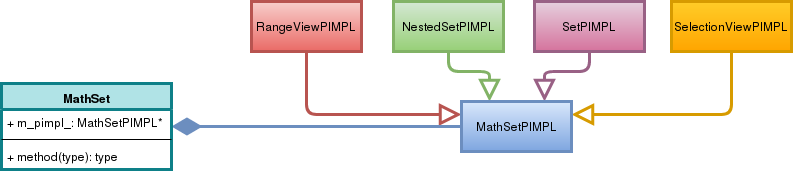
Before: docs/source/developer/uml/math_set_classes.png, a diagram exported from draw.io (NWChemEx-Project/Utilities). Source tidied: cells renumbered, new cells last; positions are measured from the earlier drawing's top-left corner, leaving out a move shared by most shapes.
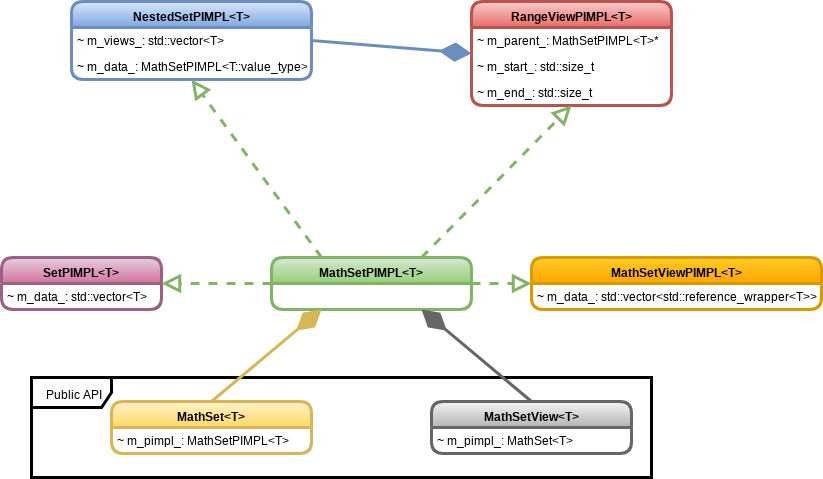
After the commit.

Diff of the diagram source:
```diff
@@ -1,48 +1,78 @@
 <mxGraphModel>
   <root>
-    <mxCell id="0" />
-    <mxCell id="1" parent="0" />
-    <mxCell id="2" style="edgeStyle=orthogonalEdgeStyle;jettySize=auto;html=1;exitX=0;exitY=0.25;exitDx=0;exitDy=0;entryX=0.5;entryY=1;entryDx=0;entryDy=0;startArrow=block;startFill=0;endArrow=none;endFill=0;strokeWidth=3;gradientColor=#ea6b66;fillColor=#f8cecc;strokeColor=#b85450;endSize=14;startSize=15;" parent="1" edge="1" source="7" target="10">
-      <mxGeometry relative="1" as="geometry" />
-    </mxCell>
-    <mxCell id="3" style="edgeStyle=orthogonalEdgeStyle;jettySize=auto;html=1;exitX=0.25;exitY=0;exitDx=0;exitDy=0;entryX=0.5;entryY=1;entryDx=0;entryDy=0;startArrow=block;startFill=0;endArrow=none;endFill=0;strokeWidth=3;gradientColor=#97d077;fillColor=#d5e8d4;strokeColor=#82b366;startSize=15;" parent="1" edge="1" source="7" target="9">
-      <mxGeometry relative="1" as="geometry" />
-    </mxCell>
-    <mxCell id="4" style="edgeStyle=orthogonalEdgeStyle;jettySize=auto;html=1;exitX=0.75;exitY=0;exitDx=0;exitDy=0;entryX=0.5;entryY=1;entryDx=0;entryDy=0;startArrow=block;startFill=0;endArrow=none;endFill=0;strokeWidth=3;gradientColor=#d5739d;fillColor=#e6d0de;strokeColor=#996185;startSize=15;" parent="1" edge="1" source="7" target="8">
-      <mxGeometry relative="1" as="geometry" />
-    </mxCell>
-    <mxCell id="5" style="edgeStyle=orthogonalEdgeStyle;jettySize=auto;html=1;exitX=1;exitY=0.25;exitDx=0;exitDy=0;entryX=0.5;entryY=1;entryDx=0;entryDy=0;startArrow=block;startFill=0;endArrow=none;endFill=0;strokeWidth=3;gradientColor=#ffa500;fillColor=#ffcd28;strokeColor=#d79b00;startSize=15;" parent="1" edge="1" source="7" target="11">
-      <mxGeometry relative="1" as="geometry" />
-    </mxCell>
-    <mxCell id="6" style="edgeStyle=orthogonalEdgeStyle;jettySize=auto;html=1;exitX=0;exitY=0.5;exitDx=0;exitDy=0;entryX=1;entryY=0.5;entryDx=0;entryDy=0;startArrow=none;startFill=0;endArrow=diamondThin;endFill=1;strokeWidth=3;gradientColor=#7ea6e0;fillColor=#dae8fc;strokeColor=#6c8ebf;endSize=22;" parent="1" edge="1" source="7" target="12">
-      <mxGeometry relative="1" as="geometry" />
-    </mxCell>
+    <mxCell id="16" />
+    <mxCell id="17" parent="16" />
+    <mxCell id="18" value="Public API" style="shape=umlFrame;whiteSpace=wrap;html=1;rounded=1;comic=0;strokeWidth=3;width=80;height=30;" parent="17" vertex="1">
+      <mxGeometry y="396" width="620" height="100" as="geometry" />
+    </mxCell>
+    <mxCell id="12" value="MathSet&lt;T&gt;" style="swimlane;fontStyle=1;align=center;verticalAlign=top;horizontal=1;startSize=26;gradientColor=#ffd966;fillColor=#fff2cc;strokeColor=#d6b656;comic=0;rounded=1;strokeWidth=3;" parent="17" vertex="1">
+      <mxGeometry x="80" y="420" width="200" height="52" as="geometry" />
+    </mxCell>
+    <mxCell id="19" value="~ m_pimpl_: MathSetPIMPL&lt;T&gt;" style="text;strokeColor=none;fillColor=none;align=left;verticalAlign=top;spacingLeft=4;spacingRight=4;overflow=hidden;" parent="12" vertex="1">
+      <mxGeometry y="26" width="200" height="26" as="geometry" />
+    </mxCell>
-    <mxCell id="7" value="MathSetPIMPL" style="html=1;strokeWidth=3;gradientColor=#7ea6e0;fillColor=#dae8fc;strokeColor=#6c8ebf;" parent="1" vertex="1">
-      <mxGeometry x="460" y="100" width="110" height="50" as="geometry" />
+    <mxCell id="7" value="MathSetPIMPL&lt;T&gt;" style="swimlane;fontStyle=1;align=center;verticalAlign=top;horizontal=1;startSize=26;gradientColor=#97d077;fillColor=#d5e8d4;strokeColor=#82b366;strokeWidth=3;rounded=1;" parent="17" vertex="1">
+      <mxGeometry x="240" y="276" width="200" height="52" as="geometry" />
     </mxCell>
-    <mxCell id="8" value="SetPIMPL" style="html=1;strokeWidth=3;gradientColor=#d5739d;fillColor=#e6d0de;strokeColor=#996185;" parent="1" vertex="1">
-      <mxGeometry x="533" width="110" height="50" as="geometry" />
+    <mxCell id="8" value="SetPIMPL&lt;T&gt;" style="swimlane;fontStyle=1;align=center;verticalAlign=top;horizontal=1;startSize=26;gradientColor=#d5739d;fillColor=#e6d0de;strokeColor=#996185;rounded=1;strokeWidth=3;" parent="17" vertex="1">
+      <mxGeometry x="-30" y="276" width="160" height="52" as="geometry" />
     </mxCell>
+    <mxCell id="20" value="~ m_data_: std::vector&lt;T&gt;" style="text;strokeColor=none;fillColor=none;align=left;verticalAlign=top;spacingLeft=4;spacingRight=4;overflow=hidden;" parent="8" vertex="1">
+      <mxGeometry y="26" width="160" height="26" as="geometry" />
+    </mxCell>
-    <mxCell id="9" value="NestedSetPIMPL" style="html=1;strokeWidth=3;gradientColor=#97d077;fillColor=#d5e8d4;strokeColor=#82b366;" parent="1" vertex="1">
-      <mxGeometry x="392" width="110" height="50" as="geometry" />
+    <mxCell id="9" value="NestedSetPIMPL&lt;T&gt;" style="swimlane;fontStyle=1;align=center;verticalAlign=top;horizontal=1;startSize=26;gradientColor=#7ea6e0;fillColor=#dae8fc;strokeColor=#6c8ebf;rounded=1;strokeWidth=3;" parent="17" vertex="1">
+      <mxGeometry x="40" y="20" width="240" height="78" as="geometry" />
     </mxCell>
+    <mxCell id="21" value="~ m_views_: std::vector&lt;T&gt;" style="text;strokeColor=none;fillColor=none;align=left;verticalAlign=top;spacingLeft=4;spacingRight=4;overflow=hidden;" parent="9" vertex="1">
+      <mxGeometry y="26" width="240" height="26" as="geometry" />
+    </mxCell>
+    <mxCell id="22" value="~ m_data_: MathSetPIMPL&lt;T::value_type&gt;" style="text;strokeColor=none;fillColor=none;align=left;verticalAlign=top;spacingLeft=4;spacingRight=4;overflow=hidden;" parent="9" vertex="1">
+      <mxGeometry y="52" width="240" height="26" as="geometry" />
+    </mxCell>
+    <mxCell id="23" value="MathSetViewPIMPL&lt;T&gt;" style="swimlane;fontStyle=1;align=center;verticalAlign=top;horizontal=1;startSize=26;gradientColor=#ffa500;fillColor=#ffcd28;strokeColor=#d79b00;rounded=1;strokeWidth=3;" parent="17" vertex="1">
+      <mxGeometry x="500" y="276" width="290" height="52" as="geometry" />
+    </mxCell>
+    <mxCell id="24" value="~ m_data_: std::vector&lt;std::reference_wrapper&lt;T&gt;&gt;" style="text;strokeColor=none;fillColor=none;align=left;verticalAlign=top;spacingLeft=4;spacingRight=4;overflow=hidden;" parent="23" vertex="1">
+      <mxGeometry y="26" width="290" height="26" as="geometry" />
+    </mxCell>
-    <mxCell id="10" value="RangeViewPIMPL" style="html=1;strokeWidth=3;gradientColor=#ea6b66;fillColor=#f8cecc;strokeColor=#b85450;" parent="1" vertex="1">
-      <mxGeometry x="250" width="110" height="50" as="geometry" />
+    <mxCell id="10" value="RangeViewPIMPL&lt;T&gt;" style="swimlane;fontStyle=1;align=center;verticalAlign=top;horizontal=1;startSize=26;gradientColor=#ea6b66;fillColor=#f8cecc;strokeColor=#b85450;strokeWidth=3;rounded=1;" parent="17" vertex="1">
+      <mxGeometry x="440" y="20" width="200" height="104" as="geometry" />
     </mxCell>
-    <mxCell id="11" value="SelectionViewPIMPL" style="html=1;strokeWidth=3;gradientColor=#ffa500;fillColor=#ffcd28;strokeColor=#d79b00;" parent="1" vertex="1">
-      <mxGeometry x="670" width="120" height="50" as="geometry" />
-    </mxCell>
-    <mxCell id="12" value="MathSet" style="swimlane;fontStyle=1;align=center;verticalAlign=top;horizontal=1;startSize=26;strokeWidth=3;fillColor=#b0e3e6;strokeColor=#0e8088;" parent="1" vertex="1">
-      <mxGeometry y="82" width="170" height="86" as="geometry" />
-    </mxCell>
-    <mxCell id="13" value="+ m_pimpl_: MathSetPIMPL*" style="text;strokeColor=none;fillColor=none;align=left;verticalAlign=top;spacingLeft=4;spacingRight=4;overflow=hidden;" parent="12" vertex="1">
-      <mxGeometry y="26" width="170" height="26" as="geometry" />
-    </mxCell>
-    <mxCell id="14" style="line;strokeWidth=1;fillColor=none;align=left;verticalAlign=middle;spacingTop=-1;spacingLeft=3;spacingRight=3;labelPosition=right;" parent="12" vertex="1">
-      <mxGeometry y="52" width="170" height="8" as="geometry" />
-    </mxCell>
-    <mxCell id="15" value="+ method(type): type" style="text;strokeColor=none;fillColor=none;align=left;verticalAlign=top;spacingLeft=4;spacingRight=4;overflow=hidden;" parent="12" vertex="1">
-      <mxGeometry y="60" width="170" height="26" as="geometry" />
-    </mxCell>
+    <mxCell id="25" value="~ m_parent_: MathSetPIMPL&lt;T&gt;*" style="text;strokeColor=none;fillColor=none;align=left;verticalAlign=top;spacingLeft=4;spacingRight=4;overflow=hidden;" parent="10" vertex="1">
+      <mxGeometry y="26" width="200" height="26" as="geometry" />
+    </mxCell>
+    <mxCell id="26" value="~ m_start_: std::size_t" style="text;strokeColor=none;fillColor=none;align=left;verticalAlign=top;spacingLeft=4;spacingRight=4;overflow=hidden;" parent="10" vertex="1">
+      <mxGeometry y="52" width="200" height="26" as="geometry" />
+    </mxCell>
+    <mxCell id="27" value="~ m_end_: std::size_t" style="text;strokeColor=none;fillColor=none;align=left;verticalAlign=top;spacingLeft=4;spacingRight=4;overflow=hidden;" parent="10" vertex="1">
+      <mxGeometry y="78" width="200" height="26" as="geometry" />
+    </mxCell>
+    <mxCell id="28" style="endArrow=diamondThin;endFill=1;endSize=24;html=1;entryX=0.25;entryY=1;entryDx=0;entryDy=0;exitX=0.5;exitY=0;exitDx=0;exitDy=0;gradientColor=#ffd966;fillColor=#fff2cc;strokeColor=#d6b656;strokeWidth=3;" parent="17" edge="1" source="12" target="7">
+      <mxGeometry relative="1" as="geometry" />
+    </mxCell>
+    <mxCell id="29" value="MathSetView&lt;T&gt;" style="swimlane;fontStyle=1;align=center;verticalAlign=top;horizontal=1;startSize=26;gradientColor=#b3b3b3;fillColor=#f5f5f5;strokeColor=#666666;rounded=1;strokeWidth=3;" parent="17" vertex="1">
+      <mxGeometry x="400" y="420" width="200" height="52" as="geometry" />
+    </mxCell>
+    <mxCell id="30" value="~ m_pimpl_: MathSet&lt;T&gt;" style="text;strokeColor=none;fillColor=none;align=left;verticalAlign=top;spacingLeft=4;spacingRight=4;overflow=hidden;" parent="29" vertex="1">
+      <mxGeometry y="26" width="200" height="26" as="geometry" />
+    </mxCell>
+    <mxCell id="3" style="endArrow=block;dashed=1;endFill=0;endSize=12;html=1;entryX=0.5;entryY=1;entryDx=0;entryDy=0;exitX=0.25;exitY=0;exitDx=0;exitDy=0;gradientColor=#97d077;fillColor=#d5e8d4;strokeColor=#82b366;strokeWidth=3;" parent="17" edge="1" source="7" target="9">
+      <mxGeometry relative="1" as="geometry" />
+    </mxCell>
+    <mxCell id="2" style="endArrow=block;dashed=1;endFill=0;endSize=12;html=1;entryX=0.5;entryY=1;entryDx=0;entryDy=0;exitX=0.75;exitY=0;exitDx=0;exitDy=0;gradientColor=#97d077;fillColor=#d5e8d4;strokeColor=#82b366;strokeWidth=3;" parent="17" edge="1" source="7" target="10">
+      <mxGeometry relative="1" as="geometry" />
+    </mxCell>
+    <mxCell id="31" style="endArrow=block;dashed=1;endFill=0;endSize=12;html=1;entryX=0;entryY=0.5;entryDx=0;entryDy=0;exitX=1;exitY=0.5;exitDx=0;exitDy=0;gradientColor=#97d077;fillColor=#d5e8d4;strokeColor=#82b366;strokeWidth=3;" parent="17" edge="1" source="7" target="23">
+      <mxGeometry relative="1" as="geometry" />
+    </mxCell>
+    <mxCell id="4" style="endArrow=block;dashed=1;endFill=0;endSize=12;html=1;entryX=1;entryY=0.5;entryDx=0;entryDy=0;exitX=0;exitY=0.5;exitDx=0;exitDy=0;gradientColor=#97d077;fillColor=#d5e8d4;strokeColor=#82b366;strokeWidth=3;" parent="17" edge="1" source="7" target="8">
+      <mxGeometry relative="1" as="geometry" />
+    </mxCell>
+    <mxCell id="32" style="endArrow=diamondThin;endFill=1;endSize=24;html=1;entryX=0.75;entryY=1;entryDx=0;entryDy=0;exitX=0.5;exitY=0;exitDx=0;exitDy=0;strokeWidth=3;gradientColor=#b3b3b3;fillColor=#f5f5f5;strokeColor=#666666;" parent="17" edge="1" source="29" target="7">
+      <mxGeometry relative="1" as="geometry" />
+    </mxCell>
+    <mxCell id="33" style="endArrow=diamondThin;endFill=1;endSize=24;html=1;entryX=0;entryY=0.5;entryDx=0;entryDy=0;exitX=1;exitY=0.5;exitDx=0;exitDy=0;gradientColor=#7ea6e0;fillColor=#dae8fc;strokeColor=#6c8ebf;strokeWidth=3;" parent="17" edge="1" source="9" target="10">
+      <mxGeometry relative="1" as="geometry" />
+    </mxCell>
   </root>
 </mxGraphModel>
```
